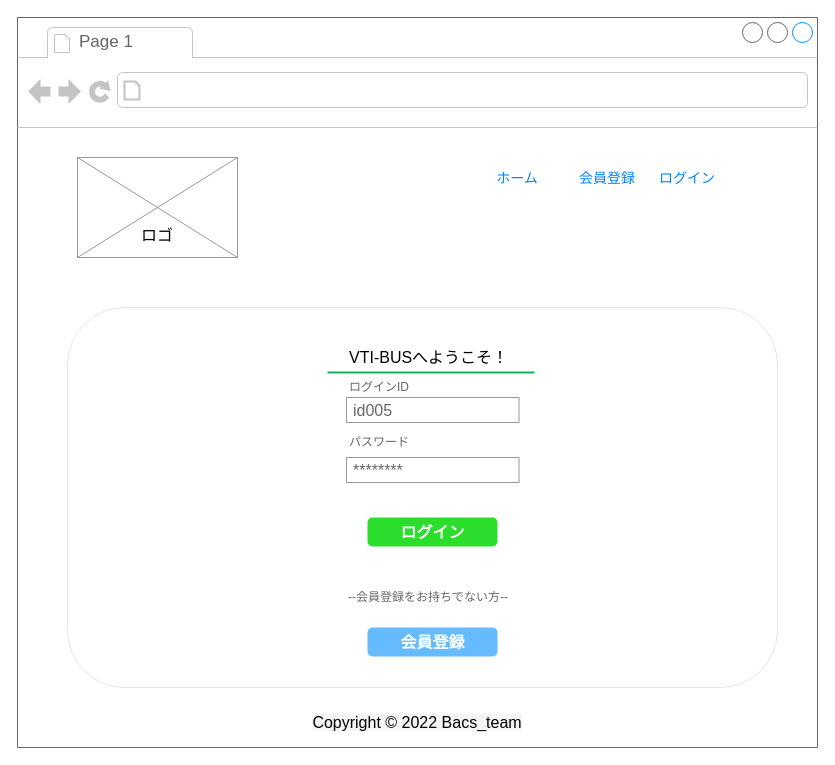
This is page "7.ログイン画面" (8 of 10) of root/common/doc/画面設計/利用者/利用者画面設計.drawio from thatislg/busBookingComplete, a draw.io file, before an edit. Source tidied: cells renumbered, new cells numbered last; positions are measured from the earlier drawing's top-left corner, leaving out a move shared by most shapes. Both pictures are drawn from the tidied source at 100%, with x=0, y=0 at pixel (17, 17).
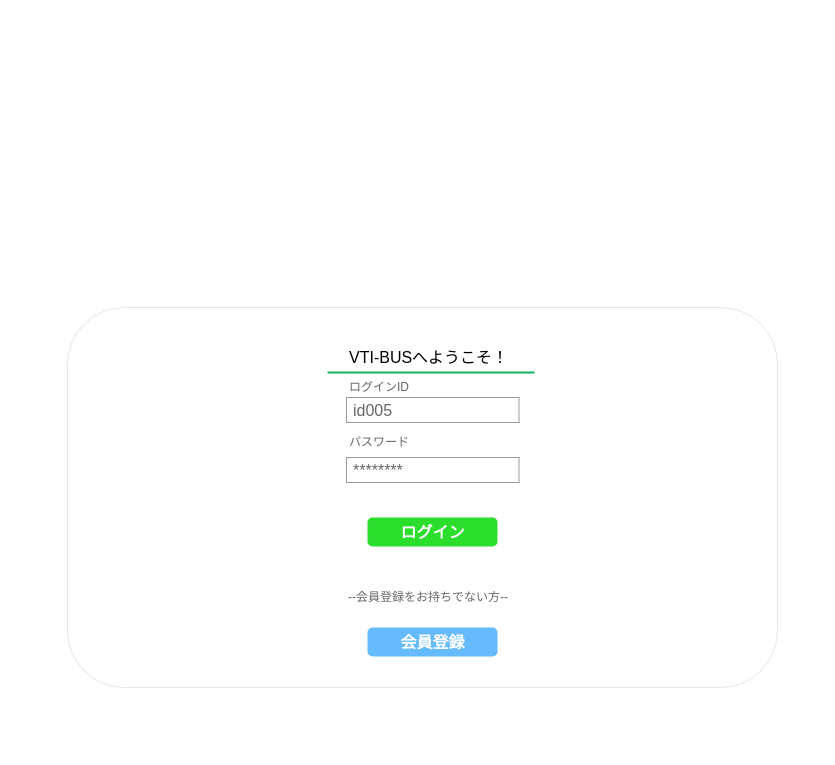
The same page after the edit.

What changed in the source:
```diff
@@
-    <mxCell id="2" style="strokeWidth=1;shadow=0;dashed=0;align=center;html=1;shape=mxgraph.mockup.containers.browserWindow;rSize=0;strokeColor=#666666;strokeColor2=#008cff;strokeColor3=#c4c4c4;mainText=,;" parent="1" vertex="1">
-      <mxGeometry width="800" height="730" as="geometry" />
-    </mxCell>
-    <mxCell id="3" value="Page 1" style="strokeWidth=1;shadow=0;dashed=0;align=center;html=1;shape=mxgraph.mockup.containers.anchor;fontSize=17;fontColor=#666666;align=left;" parent="2" vertex="1">
-      <mxGeometry x="60" y="12" width="110" height="26" as="geometry" />
-    </mxCell>
-    <mxCell id="4" style="verticalLabelPosition=bottom;shadow=0;dashed=0;align=center;html=1;verticalAlign=top;strokeWidth=1;shape=mxgraph.mockup.graphics.simpleIcon;strokeColor=#999999;" parent="2" vertex="1">
-      <mxGeometry x="60" y="140" width="160" height="100" as="geometry" />
-    </mxCell>
-    <mxCell id="5" value="会員登録" style="fillColor=none;strokeColor=none;fontSize=14;fontColor=#0085FC;" parent="2" vertex="1">
-      <mxGeometry x="560" y="140" width="60" height="40" as="geometry" />
-    </mxCell>
-    <mxCell id="6" value="ログイン" style="fillColor=none;strokeColor=none;fontSize=14;fontColor=#0085FC;" parent="2" vertex="1">
-      <mxGeometry x="640" y="140" width="60" height="40" as="geometry" />
-    </mxCell>
-    <mxCell id="7" value="ホーム" style="fillColor=none;strokeColor=none;fontSize=14;fontColor=#0085FC;" parent="2" vertex="1">
-      <mxGeometry x="470" y="140" width="60" height="40" as="geometry" />
-    </mxCell>
-    <mxCell id="8" value="&lt;font style=&quot;font-size: 16px;&quot;&gt;ロゴ&lt;/font&gt;" style="text;html=1;strokeColor=none;fillColor=none;align=center;verticalAlign=middle;whiteSpace=wrap;rounded=0;" parent="2" vertex="1">
-      <mxGeometry x="90" y="195" width="100" height="45" as="geometry" />
-    </mxCell>
-    <mxCell id="9" value="&lt;span style=&quot;font-family: &amp;quot;Open San&amp;quot;, sans-serif; font-size: medium; background-color: rgb(245, 245, 245);&quot;&gt;Copyright © 2022 Bacs_team&lt;/span&gt;" style="text;html=1;strokeColor=none;fillColor=none;align=center;verticalAlign=middle;whiteSpace=wrap;rounded=0;fontSize=16;" parent="2" vertex="1">
-      <mxGeometry x="290" y="690" width="220" height="30" as="geometry" />
-    </mxCell>
```
